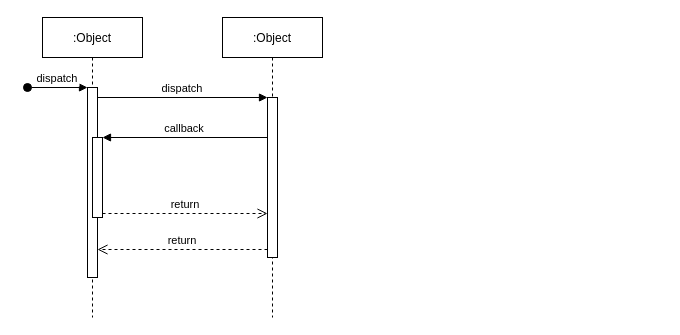
This is Untitled Diagram.drawio from JackHsiung/totoro, a draw.io file, before an edit. Source tidied: cells renumbered, new cells numbered last; positions are measured from the earlier drawing's top-left corner, leaving out a move shared by most shapes. Both pictures are drawn from the tidied source at 100%, with x=0, y=0 at pixel (27, 17).
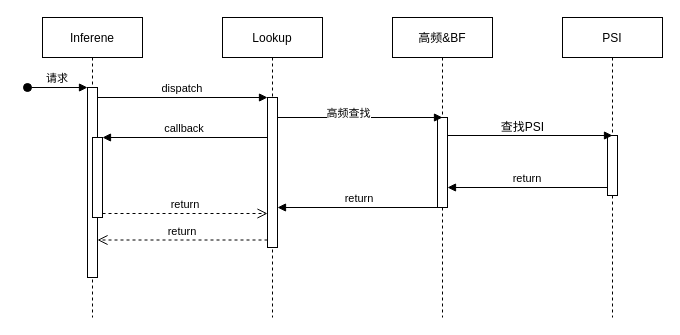
The same page after the edit.

Unchanged cells that the change refers to:
```xml
<mxCell id="3" style="points=[];perimeter=orthogonalPerimeter;rounded=0;shadow=0;strokeWidth=1;" parent="2" vertex="1">
  <mxGeometry x="45" y="70" width="10" height="190" as="geometry" />
</mxCell>
```

Change to the diagram source:
```diff
@@
-    <mxCell id="2" value=":Object" style="shape=umlLifeline;perimeter=lifelinePerimeter;rounded=0;shadow=0;strokeWidth=1;" parent="1" vertex="1">
+    <mxCell id="2" value="Inferene" style="shape=umlLifeline;perimeter=lifelinePerimeter;rounded=0;shadow=0;strokeWidth=1;" parent="1" vertex="1">
       <mxGeometry x="15" width="100" height="300" as="geometry" />
     </mxCell>
@@
-    <mxCell id="4" value="dispatch" style="verticalAlign=bottom;startArrow=oval;endArrow=block;startSize=8;shadow=0;strokeWidth=1;" parent="2" edge="1" target="3">
+    <mxCell id="4" value="请求" style="verticalAlign=bottom;startArrow=oval;endArrow=block;startSize=8;shadow=0;strokeWidth=1;" parent="2" edge="1" target="3">
       <mxGeometry relative="1" as="geometry">
         <mxPoint x="-15" y="70" as="sourcePoint" />
       </mxGeometry>
     </mxCell>
@@
-    <mxCell id="6" value=":Object" style="shape=umlLifeline;perimeter=lifelinePerimeter;rounded=0;shadow=0;strokeWidth=1;" parent="1" vertex="1">
+    <mxCell id="6" value="Lookup" style="shape=umlLifeline;perimeter=lifelinePerimeter;rounded=0;shadow=0;strokeWidth=1;" parent="1" vertex="1">
       <mxGeometry x="195" width="100" height="300" as="geometry" />
     </mxCell>
     <mxCell id="7" style="points=[];perimeter=orthogonalPerimeter;rounded=0;shadow=0;strokeWidth=1;" parent="6" vertex="1">
-      <mxGeometry x="45" y="80" width="10" height="160" as="geometry" />
+      <mxGeometry x="45" y="80" width="10" height="150" as="geometry" />
     </mxCell>
@@
+    <mxCell id="12" value="PSI" style="shape=umlLifeline;perimeter=lifelinePerimeter;rounded=0;shadow=0;strokeWidth=1;" parent="1" vertex="1">
+      <mxGeometry x="535" width="100" height="300" as="geometry" />
+    </mxCell>
+    <mxCell id="13" style="perimeter=orthogonalPerimeter;rounded=0;shadow=0;strokeWidth=1;" parent="12" vertex="1">
+      <mxGeometry x="45" y="118" width="10" height="60" as="geometry" />
+    </mxCell>
+    <mxCell id="14" value="高频&amp;BF" style="shape=umlLifeline;perimeter=lifelinePerimeter;rounded=0;shadow=0;strokeWidth=1;" parent="1" vertex="1">
+      <mxGeometry x="365" width="100" height="300" as="geometry" />
+    </mxCell>
+    <mxCell id="15" style="points=[];perimeter=orthogonalPerimeter;rounded=0;shadow=0;strokeWidth=1;" parent="14" vertex="1">
+      <mxGeometry x="45" y="100" width="10" height="90" as="geometry" />
+    </mxCell>
+    <mxCell id="16" style="verticalAlign=bottom;endArrow=block;entryX=0;entryY=0;shadow=0;strokeWidth=1;" parent="14" edge="1">
+      <mxGeometry x="1" y="-127" relative="1" as="geometry">
+        <mxPoint x="55" y="118" as="sourcePoint" />
+        <mxPoint x="220" y="118" as="targetPoint" />
+        <mxPoint x="125" y="-107" as="offset" />
+      </mxGeometry>
+    </mxCell>
+    <mxCell id="17" style="verticalAlign=bottom;endArrow=block;entryX=0;entryY=0;shadow=0;strokeWidth=1;" parent="1" edge="1" source="7">
+      <mxGeometry x="1" y="-127" relative="1" as="geometry">
+        <mxPoint x="415" y="100" as="targetPoint" />
+        <mxPoint x="125" y="-107" as="offset" />
+      </mxGeometry>
+    </mxCell>
+    <mxCell id="18" value="高频查找" style="edgeLabel;html=1;align=center;verticalAlign=middle;" parent="17" vertex="1">
+      <mxGeometry x="-0.16" y="5" relative="1" as="geometry">
+        <mxPoint x="1" as="offset" />
+      </mxGeometry>
+    </mxCell>
+    <mxCell id="19" value="查找PSI" style="text;html=1;align=center;verticalAlign=middle;strokeColor=none;fillColor=none;" parent="1" vertex="1">
+      <mxGeometry x="465" y="100" width="60" height="20" as="geometry" />
+    </mxCell>
+    <mxCell id="20" value="return" style="verticalAlign=bottom;endArrow=block;shadow=0;strokeWidth=1;" parent="1" edge="1" target="15">
+      <mxGeometry relative="1" as="geometry">
+        <mxPoint x="580" y="170" as="sourcePoint" />
+      </mxGeometry>
+    </mxCell>
+    <mxCell id="21" value="return" style="verticalAlign=bottom;endArrow=block;shadow=0;strokeWidth=1;" parent="1" edge="1" target="7">
+      <mxGeometry relative="1" as="geometry">
+        <mxPoint x="415" y="190" as="sourcePoint" />
+      </mxGeometry>
+    </mxCell>
```
